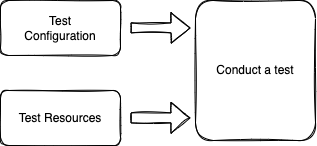
This is docs/source/_static/understanding/config_resource_sep.png from xenanetworks/open-automation-ts-app-doc, a draw.io export, as it was before one commit. Source tidied: cells renumbered, new cells last; positions are measured from the earlier drawing's top-left corner, leaving out a move shared by most shapes. The source it was exported from:
```xml
<mxGraphModel>
  <root>
    <mxCell id="0" />
    <mxCell id="1" parent="0" />
    <mxCell id="2" value="Test&lt;br&gt;Configuration" style="rounded=1;whiteSpace=wrap;html=1;sketch=1;" parent="1" vertex="1">
      <mxGeometry width="120" height="55" as="geometry" />
    </mxCell>
    <mxCell id="3" value="Test Resources" style="rounded=1;whiteSpace=wrap;html=1;sketch=1;" parent="1" vertex="1">
      <mxGeometry y="90" width="120" height="55" as="geometry" />
    </mxCell>
    <mxCell id="4" style="shape=flexArrow;endArrow=classic;html=1;rounded=0;sketch=1;" parent="1" edge="1">
      <mxGeometry relative="1" as="geometry">
        <mxPoint x="130" y="27.4" as="sourcePoint" />
        <mxPoint x="190" y="27.4" as="targetPoint" />
      </mxGeometry>
    </mxCell>
    <mxCell id="5" style="shape=flexArrow;endArrow=classic;html=1;rounded=0;sketch=1;" parent="1" edge="1">
      <mxGeometry relative="1" as="geometry">
        <mxPoint x="130" y="117.4" as="sourcePoint" />
        <mxPoint x="190" y="117.4" as="targetPoint" />
      </mxGeometry>
    </mxCell>
    <mxCell id="6" value="Conduct a test" style="rounded=1;whiteSpace=wrap;html=1;sketch=1;" parent="1" vertex="1">
      <mxGeometry x="195" width="120" height="140" as="geometry" />
    </mxCell>
  </root>
</mxGraphModel>
```
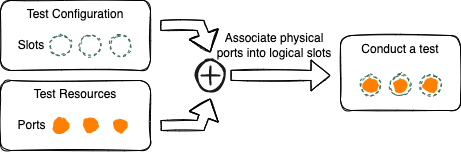
After the change.

Commit message:
Update two figures in basics

What changed in the source:
```diff
@@ -2,26 +2,86 @@
   <root>
     <mxCell id="0" />
     <mxCell id="1" parent="0" />
-    <mxCell id="2" value="Test&lt;br&gt;Configuration" style="rounded=1;whiteSpace=wrap;html=1;sketch=1;" parent="1" vertex="1">
-      <mxGeometry width="120" height="55" as="geometry" />
+    <mxCell id="2" value="Test Configuration" style="rounded=1;whiteSpace=wrap;html=1;sketch=1;align=center;verticalAlign=top;" parent="1" vertex="1">
+      <mxGeometry x="-30" y="10" width="150" height="70" as="geometry" />
     </mxCell>
-    <mxCell id="3" value="Test Resources" style="rounded=1;whiteSpace=wrap;html=1;sketch=1;" parent="1" vertex="1">
-      <mxGeometry y="90" width="120" height="55" as="geometry" />
+    <mxCell id="3" value="Test Resources" style="rounded=1;whiteSpace=wrap;html=1;sketch=1;verticalAlign=top;" parent="1" vertex="1">
+      <mxGeometry x="-30" y="90" width="150" height="70" as="geometry" />
     </mxCell>
     <mxCell id="4" style="shape=flexArrow;endArrow=classic;html=1;rounded=0;sketch=1;" parent="1" edge="1">
       <mxGeometry relative="1" as="geometry">
-        <mxPoint x="130" y="27.4" as="sourcePoint" />
-        <mxPoint x="190" y="27.4" as="targetPoint" />
+        <mxPoint x="130" y="35" as="sourcePoint" />
+        <mxPoint x="180" y="62" as="targetPoint" />
+        <Array as="points">
+          <mxPoint x="170" y="35" />
+        </Array>
       </mxGeometry>
     </mxCell>
-    <mxCell id="5" style="shape=flexArrow;endArrow=classic;html=1;rounded=0;sketch=1;" parent="1" edge="1">
-      <mxGeometry relative="1" as="geometry">
-        <mxPoint x="130" y="117.4" as="sourcePoint" />
-        <mxPoint x="190" y="117.4" as="targetPoint" />
-      </mxGeometry>
+    <mxCell id="5" value="Conduct a test" style="rounded=1;whiteSpace=wrap;html=1;sketch=1;verticalAlign=top;" parent="1" vertex="1">
+      <mxGeometry x="310" y="45" width="120" height="75" as="geometry" />
     </mxCell>
-    <mxCell id="6" value="Conduct a test" style="rounded=1;whiteSpace=wrap;html=1;sketch=1;" parent="1" vertex="1">
-      <mxGeometry x="195" width="120" height="140" as="geometry" />
+    <mxCell id="6" style="ellipse;whiteSpace=wrap;html=1;dashed=1;sketch=1;strokeColor=#336851;" parent="1" vertex="1">
+      <mxGeometry x="20" y="45" width="20" height="20" as="geometry" />
     </mxCell>
+    <mxCell id="7" style="ellipse;whiteSpace=wrap;html=1;dashed=1;sketch=1;strokeColor=#336851;" parent="1" vertex="1">
+      <mxGeometry x="50" y="45" width="20" height="20" as="geometry" />
+    </mxCell>
+    <mxCell id="8" style="ellipse;whiteSpace=wrap;html=1;dashed=1;sketch=1;strokeColor=#336851;" parent="1" vertex="1">
+      <mxGeometry x="80" y="45" width="20" height="20" as="geometry" />
+    </mxCell>
+    <mxCell id="9" style="ellipse;whiteSpace=wrap;html=1;fillColor=#FF8000;sketch=1;shadow=0;fillStyle=solid;gradientColor=none;strokeColor=none;" parent="1" vertex="1">
+      <mxGeometry x="22.5" y="127.5" width="15" height="15" as="geometry" />
+    </mxCell>
+    <mxCell id="10" style="ellipse;whiteSpace=wrap;html=1;fillColor=#FF8000;sketch=1;shadow=0;fillStyle=solid;gradientColor=none;strokeColor=none;" parent="1" vertex="1">
+      <mxGeometry x="52.5" y="127.5" width="15" height="15" as="geometry" />
+    </mxCell>
+    <mxCell id="11" style="ellipse;whiteSpace=wrap;html=1;fillColor=#FF8000;sketch=1;shadow=0;fillStyle=solid;gradientColor=none;strokeColor=none;" parent="1" vertex="1">
+      <mxGeometry x="82.5" y="127.5" width="15" height="15" as="geometry" />
+    </mxCell>
+    <mxCell id="12" value="Slots" style="text;html=1;strokeColor=none;fillColor=none;align=center;verticalAlign=middle;whiteSpace=wrap;rounded=0;shadow=0;sketch=1;fillStyle=solid;" parent="1" vertex="1">
+      <mxGeometry x="-18.8" y="40" width="40" height="30" as="geometry" />
+    </mxCell>
+    <mxCell id="13" value="Ports" style="text;html=1;strokeColor=none;fillColor=none;align=center;verticalAlign=middle;whiteSpace=wrap;rounded=0;shadow=0;sketch=1;fillStyle=solid;" parent="1" vertex="1">
+      <mxGeometry x="-20" y="120" width="42.5" height="30" as="geometry" />
+    </mxCell>
+    <mxCell id="14" style="html=1;verticalLabelPosition=bottom;align=center;labelBackgroundColor=#ffffff;verticalAlign=top;strokeWidth=2;strokeColor=#1A1A1A;shadow=0;dashed=0;shape=mxgraph.ios7.icons.add;sketch=1;" parent="1" vertex="1">
+      <mxGeometry x="165" y="70" width="30" height="30" as="geometry" />
+    </mxCell>
+    <mxCell id="15" style="shape=flexArrow;endArrow=classic;html=1;rounded=0;sketch=1;" parent="1" edge="1">
+      <mxGeometry relative="1" as="geometry">
+        <mxPoint x="130" y="135" as="sourcePoint" />
+        <mxPoint x="180" y="108" as="targetPoint" />
+        <Array as="points">
+          <mxPoint x="170" y="135" />
+        </Array>
+      </mxGeometry>
+    </mxCell>
+    <mxCell id="16" style="shape=flexArrow;endArrow=classic;html=1;rounded=0;sketch=1;" parent="1" edge="1">
+      <mxGeometry relative="1" as="geometry">
+        <mxPoint x="200" y="84.8" as="sourcePoint" />
+        <mxPoint x="300" y="85" as="targetPoint" />
+      </mxGeometry>
+    </mxCell>
+    <mxCell id="17" style="ellipse;whiteSpace=wrap;html=1;dashed=1;sketch=1;strokeColor=#336851;" parent="1" vertex="1">
+      <mxGeometry x="330" y="85" width="20" height="20" as="geometry" />
+    </mxCell>
+    <mxCell id="18" style="ellipse;whiteSpace=wrap;html=1;dashed=1;sketch=1;strokeColor=#336851;" parent="1" vertex="1">
+      <mxGeometry x="360" y="85" width="20" height="20" as="geometry" />
+    </mxCell>
+    <mxCell id="19" style="ellipse;whiteSpace=wrap;html=1;dashed=1;sketch=1;strokeColor=#336851;" parent="1" vertex="1">
+      <mxGeometry x="390" y="85" width="20" height="20" as="geometry" />
+    </mxCell>
+    <mxCell id="20" style="ellipse;whiteSpace=wrap;html=1;fillColor=#FF8000;sketch=1;shadow=0;fillStyle=solid;gradientColor=none;strokeColor=none;" parent="1" vertex="1">
+      <mxGeometry x="332.5" y="87.5" width="15" height="15" as="geometry" />
+    </mxCell>
+    <mxCell id="21" style="ellipse;whiteSpace=wrap;html=1;fillColor=#FF8000;sketch=1;shadow=0;fillStyle=solid;gradientColor=none;strokeColor=none;" parent="1" vertex="1">
+      <mxGeometry x="362.5" y="87.5" width="15" height="15" as="geometry" />
+    </mxCell>
+    <mxCell id="22" style="ellipse;whiteSpace=wrap;html=1;fillColor=#FF8000;sketch=1;shadow=0;fillStyle=solid;gradientColor=none;strokeColor=none;" parent="1" vertex="1">
+      <mxGeometry x="392.5" y="87.5" width="15" height="15" as="geometry" />
+    </mxCell>
+    <mxCell id="23" value="Associate physical ports into logical slots" style="text;html=1;strokeColor=none;fillColor=none;align=center;verticalAlign=middle;whiteSpace=wrap;rounded=0;shadow=0;sketch=1;fillStyle=solid;" parent="1" vertex="1">
+      <mxGeometry x="184" y="40" width="120" height="30" as="geometry" />
+    </mxCell>
   </root>
 </mxGraphModel>
```
